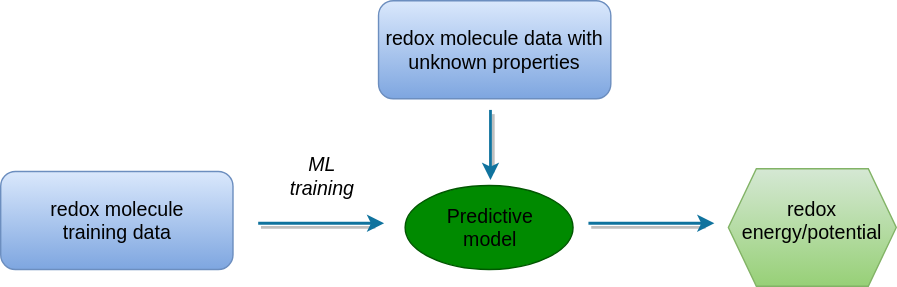
This is pipeline-octopussy.svg from jajupmochi/figures-collection, a draw.io export, as it was before one commit. Source tidied: cells renumbered, new cells last; positions are measured from the earlier drawing's top-left corner, leaving out a move shared by most shapes.
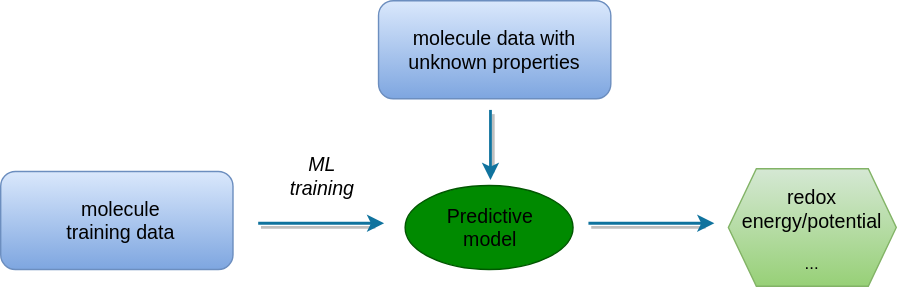
The same file after the commit.

What changed in the source:
```diff
@@ -5,8 +5,8 @@
     <mxCell id="2" style="rounded=1;whiteSpace=wrap;html=1;fillColor=#dae8fc;strokeColor=#6c8ebf;gradientColor=#7ea6e0;" parent="1" vertex="1">
       <mxGeometry y="122" width="166" height="70" as="geometry" />
     </mxCell>
-    <mxCell id="3" value="&lt;h3&gt;&lt;span style=&quot;font-weight: normal&quot;&gt;redox molecule training data&lt;/span&gt;&lt;br&gt;&lt;/h3&gt;" style="text;html=1;strokeColor=none;fillColor=none;align=center;verticalAlign=middle;whiteSpace=wrap;rounded=0;" parent="1" vertex="1">
-      <mxGeometry x="19.5" y="142" width="127" height="30" as="geometry" />
+    <mxCell id="3" value="&lt;h3&gt;&lt;span style=&quot;font-weight: normal&quot;&gt;molecule training data&lt;/span&gt;&lt;br&gt;&lt;/h3&gt;" style="text;html=1;strokeColor=none;fillColor=none;align=center;verticalAlign=middle;whiteSpace=wrap;rounded=0;" parent="1" vertex="1">
+      <mxGeometry x="37" y="142" width="97.5" height="30" as="geometry" />
     </mxCell>
     <mxCell id="4" style="ellipse;whiteSpace=wrap;html=1;fillColor=#008a00;fontColor=#ffffff;strokeColor=#005700;" parent="1" vertex="1">
       <mxGeometry x="289" y="132" width="120" height="60" as="geometry" />
@@ -32,7 +32,7 @@
     <mxCell id="9" style="rounded=1;whiteSpace=wrap;html=1;fillColor=#dae8fc;strokeColor=#6c8ebf;gradientColor=#7ea6e0;" parent="1" vertex="1">
       <mxGeometry x="270" width="166" height="70" as="geometry" />
     </mxCell>
-    <mxCell id="10" value="&lt;h3&gt;&lt;span style=&quot;font-weight: normal&quot;&gt;redox molecule data with unknown properties&lt;/span&gt;&lt;br&gt;&lt;/h3&gt;" style="text;html=1;strokeColor=none;fillColor=none;align=center;verticalAlign=middle;whiteSpace=wrap;rounded=0;" parent="1" vertex="1">
+    <mxCell id="10" value="&lt;h3&gt;&lt;span style=&quot;font-weight: normal&quot;&gt;molecule data with unknown properties&lt;/span&gt;&lt;br&gt;&lt;/h3&gt;" style="text;html=1;strokeColor=none;fillColor=none;align=center;verticalAlign=middle;whiteSpace=wrap;rounded=0;" parent="1" vertex="1">
       <mxGeometry x="273" y="20" width="160" height="30" as="geometry" />
     </mxCell>
     <mxCell id="11" style="endArrow=classic;html=1;rounded=0;shadow=1;fontSize=14;strokeWidth=2;fillColor=#b1ddf0;strokeColor=#10739e;" parent="1" edge="1">
@@ -44,7 +44,7 @@
     <mxCell id="12" style="shape=hexagon;perimeter=hexagonPerimeter2;whiteSpace=wrap;html=1;fixedSize=1;fontSize=14;fillColor=#d5e8d4;gradientColor=#97d077;strokeColor=#82b366;" parent="1" vertex="1">
       <mxGeometry x="520" y="120" width="120" height="84" as="geometry" />
     </mxCell>
-    <mxCell id="13" value="&lt;h3&gt;&lt;span style=&quot;font-weight: normal&quot;&gt;redox energy/potential&lt;br&gt;&lt;/span&gt;&lt;/h3&gt;" style="text;html=1;strokeColor=none;fillColor=none;align=center;verticalAlign=middle;whiteSpace=wrap;rounded=0;" parent="1" vertex="1">
+    <mxCell id="13" value="&lt;h3&gt;&lt;span style=&quot;font-weight: normal&quot;&gt;redox energy/potential&lt;br&gt;&lt;/span&gt;&lt;/h3&gt;..." style="text;html=1;strokeColor=none;fillColor=none;align=center;verticalAlign=middle;whiteSpace=wrap;rounded=0;" parent="1" vertex="1">
       <mxGeometry x="525" y="142" width="110" height="30" as="geometry" />
     </mxCell>
   </root>
```
